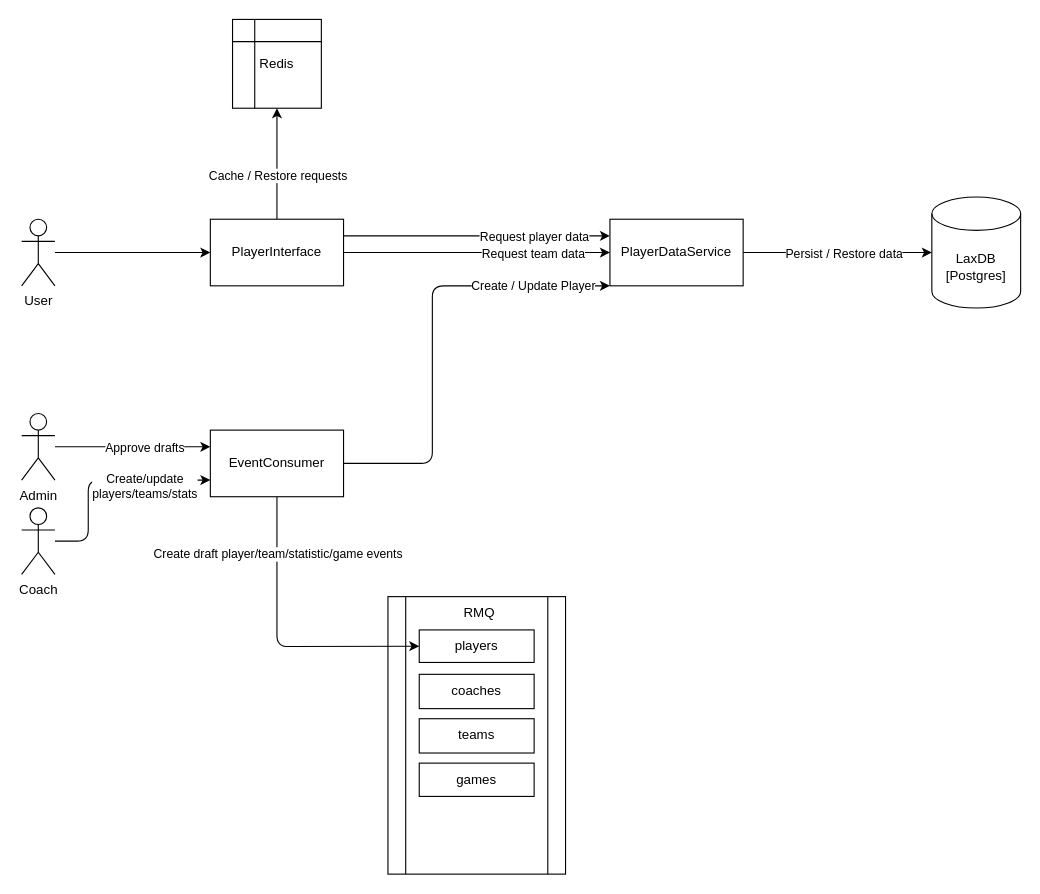
Before: page "UML" (1 of 3) of docs/clack-lax-app.drawio in zfoteff/bardown, a draw.io diagram. Source tidied: cells renumbered, new cells numbered last; positions are measured from the earlier drawing's top-left corner, leaving out a move shared by most shapes. Both pictures are drawn from the tidied source at 111%, with x=0, y=0 at pixel (21, 19).
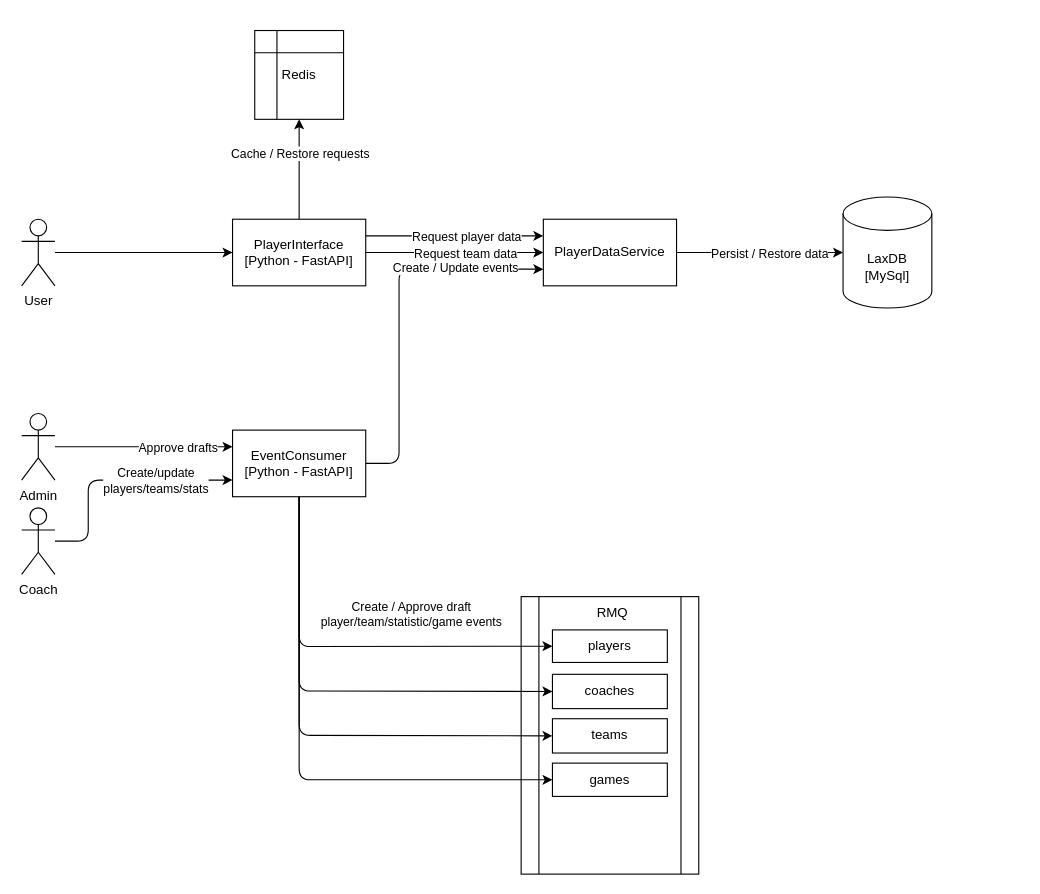
After the change.

Unchanged cells that the change refers to:
```xml
<mxCell id="2" style="edgeStyle=none;html=1;entryX=0;entryY=0.25;entryDx=0;entryDy=0;exitX=1;exitY=0.25;exitDx=0;exitDy=0;" parent="1" edge="1" source="8" target="12">
  <mxGeometry relative="1" as="geometry" />
</mxCell>
<mxCell id="4" style="edgeStyle=none;html=1;entryX=0.5;entryY=1;entryDx=0;entryDy=0;" parent="1" edge="1" source="8" target="22">
  <mxGeometry relative="1" as="geometry" />
</mxCell>
<mxCell id="6" style="edgeStyle=none;html=1;exitX=1;exitY=0.5;exitDx=0;exitDy=0;entryX=0;entryY=0.5;entryDx=0;entryDy=0;" parent="1" edge="1" source="8" target="12">
  <mxGeometry relative="1" as="geometry" />
</mxCell>
<mxCell id="18" value="players" style="rounded=0;whiteSpace=wrap;html=1;" parent="15" vertex="1">
  <mxGeometry x="28.2" y="30" width="103.5" height="29.3" as="geometry" />
</mxCell>
<mxCell id="19" value="coaches" style="whiteSpace=wrap;html=1;" parent="15" vertex="1">
  <mxGeometry x="28.2" y="70" width="103.5" height="30.9" as="geometry" />
</mxCell>
<mxCell id="20" value="teams" style="whiteSpace=wrap;html=1;" parent="15" vertex="1">
  <mxGeometry x="28.2" y="110" width="103.5" height="30.9" as="geometry" />
</mxCell>
<mxCell id="21" value="games" style="whiteSpace=wrap;html=1;" parent="15" vertex="1">
  <mxGeometry x="28.2" y="150" width="103.5" height="30" as="geometry" />
</mxCell>
<mxCell id="28" style="edgeStyle=none;html=1;entryX=0;entryY=0.25;entryDx=0;entryDy=0;" parent="1" edge="1" source="30" target="27">
  <mxGeometry relative="1" as="geometry" />
</mxCell>
<mxCell id="31" style="edgeStyle=none;html=1;entryX=0;entryY=0.75;entryDx=0;entryDy=0;" parent="1" edge="1" source="33" target="27">
  <mxGeometry relative="1" as="geometry">
    <Array as="points">
      <mxPoint x="60" y="470" />
      <mxPoint x="60" y="415" />
    </Array>
  </mxGeometry>
</mxCell>
```

Change to the diagram source:
```diff
@@
     <mxCell id="3" value="Request player data" style="edgeLabel;html=1;align=center;verticalAlign=middle;" parent="2" vertex="1">
       <mxGeometry x="0.28" y="2" relative="1" as="geometry">
-        <mxPoint x="17" y="2" as="offset" />
+        <mxPoint x="-12" y="2" as="offset" />
       </mxGeometry>
     </mxCell>
@@
     <mxCell id="5" value="Cache / Restore requests" style="edgeLabel;html=1;align=center;verticalAlign=middle;" parent="4" vertex="1">
       <mxGeometry x="0.51" y="2" relative="1" as="geometry">
-        <mxPoint x="2" y="36" as="offset" />
+        <mxPoint x="2" y="8" as="offset" />
       </mxGeometry>
     </mxCell>
@@
     <mxCell id="7" value="Request team data" style="edgeLabel;html=1;align=center;verticalAlign=middle;" parent="6" vertex="1">
       <mxGeometry x="0.64" relative="1" as="geometry">
-        <mxPoint x="-27" as="offset" />
+        <mxPoint x="-42" as="offset" />
       </mxGeometry>
     </mxCell>
-    <mxCell id="8" value="PlayerInterface" style="rounded=0;whiteSpace=wrap;html=1;" parent="1" vertex="1">
-      <mxGeometry x="170" y="180" width="120" height="60" as="geometry" />
+    <mxCell id="8" value="PlayerInterface&lt;br&gt;[Python - FastAPI]" style="rounded=0;whiteSpace=wrap;html=1;" parent="1" vertex="1">
+      <mxGeometry x="190" y="180" width="120" height="60" as="geometry" />
     </mxCell>
-    <mxCell id="9" value="LaxDB&lt;br&gt;[Postgres]" style="shape=cylinder3;whiteSpace=wrap;html=1;boundedLbl=1;backgroundOutline=1;size=15;" parent="1" vertex="1">
-      <mxGeometry x="820" y="160" width="80" height="100" as="geometry" />
+    <mxCell id="9" value="LaxDB&lt;br&gt;[MySql]" style="shape=cylinder3;whiteSpace=wrap;html=1;boundedLbl=1;backgroundOutline=1;size=15;" parent="1" vertex="1">
+      <mxGeometry x="740" y="160" width="80" height="100" as="geometry" />
     </mxCell>
@@
     <mxCell id="12" value="PlayerDataService" style="rounded=0;whiteSpace=wrap;html=1;" parent="1" vertex="1">
-      <mxGeometry x="530" y="180" width="120" height="60" as="geometry" />
+      <mxGeometry x="470" y="180" width="120" height="60" as="geometry" />
     </mxCell>
@@
     <mxCell id="15" style="group;" parent="1" vertex="1">
-      <mxGeometry x="330" y="520" width="160" height="250" as="geometry" />
+      <mxGeometry x="450" y="520" width="160" height="250" as="geometry" />
     </mxCell>
@@
     <mxCell id="22" value="Redis" style="shape=internalStorage;whiteSpace=wrap;html=1;backgroundOutline=1;" parent="1" vertex="1">
-      <mxGeometry x="190" width="80" height="80" as="geometry" />
+      <mxGeometry x="210" y="10" width="80" height="80" as="geometry" />
     </mxCell>
     <mxCell id="23" style="edgeStyle=none;html=1;entryX=0;entryY=0.5;entryDx=0;entryDy=0;" parent="1" edge="1" source="27" target="18">
       <mxGeometry relative="1" as="geometry">
         <Array as="points">
-          <mxPoint x="230" y="565" />
+          <mxPoint x="250" y="565" />
         </Array>
       </mxGeometry>
     </mxCell>
-    <mxCell id="24" value="Create draft player/team/statistic/game events" style="edgeLabel;html=1;align=center;verticalAlign=middle;" parent="23" vertex="1">
-      <mxGeometry x="-0.61" relative="1" as="geometry" />
+    <mxCell id="24" value="Create / Approve draft &lt;br&gt;player/team/statistic/game events" style="edgeLabel;html=1;align=center;verticalAlign=middle;fillColor=#000000;" parent="23" vertex="1">
+      <mxGeometry x="-0.61" relative="1" as="geometry">
+        <mxPoint x="100" y="34" as="offset" />
+      </mxGeometry>
     </mxCell>
-    <mxCell id="25" style="edgeStyle=none;html=1;entryX=0;entryY=1;entryDx=0;entryDy=0;" parent="1" edge="1" source="27" target="12">
+    <mxCell id="25" style="edgeStyle=none;html=1;entryX=0;entryY=0.75;entryDx=0;entryDy=0;" parent="1" edge="1" source="27" target="12">
       <mxGeometry relative="1" as="geometry">
         <Array as="points">
-          <mxPoint x="370" y="400" />
-          <mxPoint x="370" y="240" />
+          <mxPoint x="340" y="400" />
+          <mxPoint x="340" y="225" />
         </Array>
       </mxGeometry>
     </mxCell>
-    <mxCell id="26" value="Create / Update Player" style="edgeLabel;html=1;align=center;verticalAlign=middle;" parent="25" vertex="1">
+    <mxCell id="26" value="Create / Update events" style="edgeLabel;html=1;align=center;verticalAlign=middle;" parent="25" vertex="1">
       <mxGeometry x="-0.01" y="3" relative="1" as="geometry">
-        <mxPoint x="93" y="-43" as="offset" />
+        <mxPoint x="53" y="-41" as="offset" />
       </mxGeometry>
     </mxCell>
-    <mxCell id="27" value="EventConsumer" style="rounded=0;whiteSpace=wrap;html=1;" parent="1" vertex="1">
-      <mxGeometry x="170" y="370" width="120" height="60" as="geometry" />
+    <mxCell id="27" value="EventConsumer&lt;br&gt;[Python - FastAPI]" style="rounded=0;whiteSpace=wrap;html=1;" parent="1" vertex="1">
+      <mxGeometry x="190" y="370" width="120" height="60" as="geometry" />
     </mxCell>
@@
     <mxCell id="29" value="Approve drafts" style="edgeLabel;html=1;align=center;verticalAlign=middle;" parent="28" vertex="1">
       <mxGeometry x="-0.41" y="-2" relative="1" as="geometry">
-        <mxPoint x="39" y="-2" as="offset" />
+        <mxPoint x="63" y="-2" as="offset" />
       </mxGeometry>
     </mxCell>
@@
     <mxCell id="32" value="Create/update &lt;br&gt;players/teams/stats" style="edgeLabel;html=1;align=center;verticalAlign=middle;" parent="31" vertex="1">
       <mxGeometry x="0.22" y="-1" relative="1" as="geometry">
-        <mxPoint x="16" y="4" as="offset" />
+        <mxPoint x="14" y="-1" as="offset" />
       </mxGeometry>
     </mxCell>
@@
+    <mxCell id="34" style="edgeStyle=none;html=1;entryX=0;entryY=0.5;entryDx=0;entryDy=0;exitX=0.5;exitY=1;exitDx=0;exitDy=0;" parent="1" edge="1" source="27" target="19">
+      <mxGeometry relative="1" as="geometry">
+        <Array as="points">
+          <mxPoint x="250" y="605" />
+        </Array>
+      </mxGeometry>
+    </mxCell>
+    <mxCell id="35" style="edgeStyle=none;html=1;entryX=0;entryY=0.5;entryDx=0;entryDy=0;exitX=0.5;exitY=1;exitDx=0;exitDy=0;" parent="1" edge="1" source="27" target="20">
+      <mxGeometry relative="1" as="geometry">
+        <Array as="points">
+          <mxPoint x="250" y="645" />
+        </Array>
+      </mxGeometry>
+    </mxCell>
+    <mxCell id="36" style="edgeStyle=none;html=1;entryX=0;entryY=0.5;entryDx=0;entryDy=0;exitX=0.5;exitY=1;exitDx=0;exitDy=0;" parent="1" edge="1" source="27" target="21">
+      <mxGeometry relative="1" as="geometry">
+        <Array as="points">
+          <mxPoint x="250" y="685" />
+        </Array>
+      </mxGeometry>
+    </mxCell>
```
